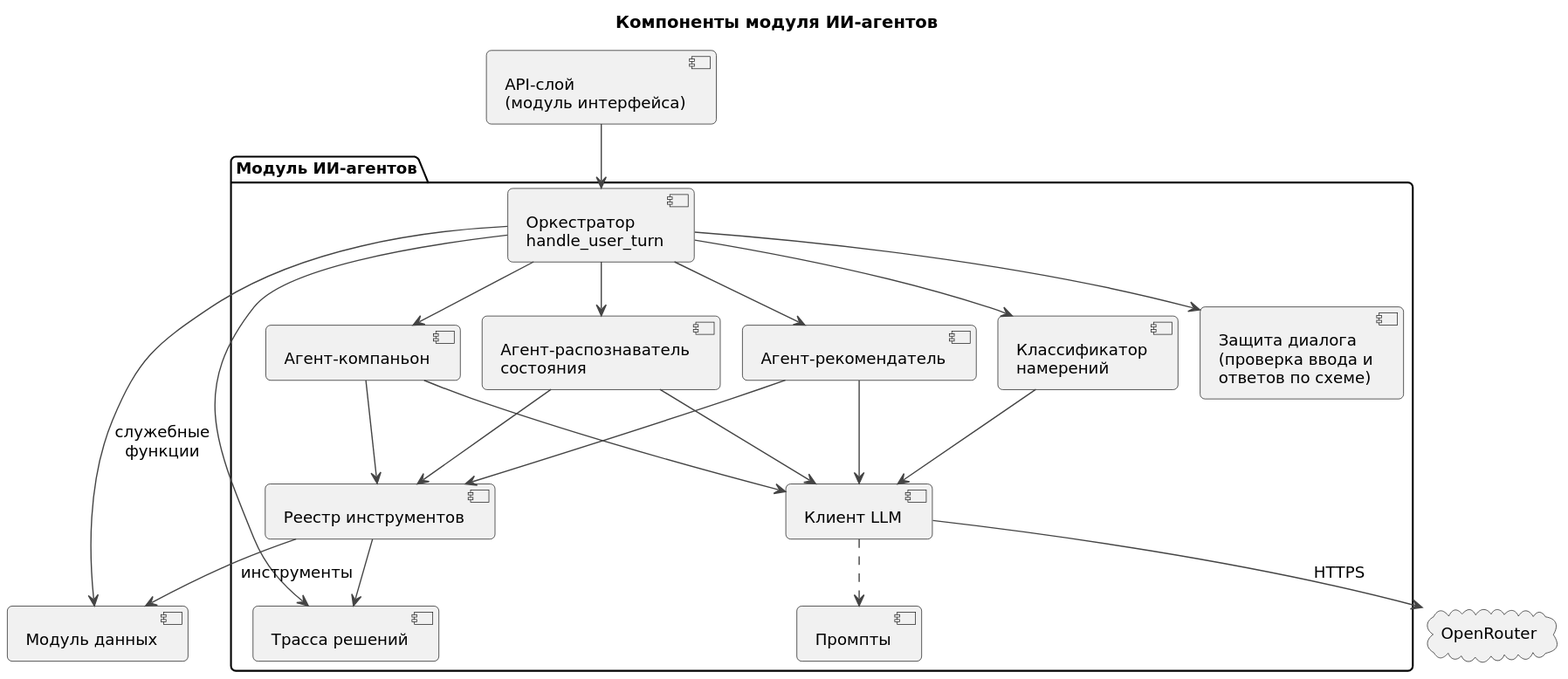
ryDIEv/CineMatch keeps this PlantUML diagram as documents/agents/diagrams/150-components.svg. Above is the earlier version.
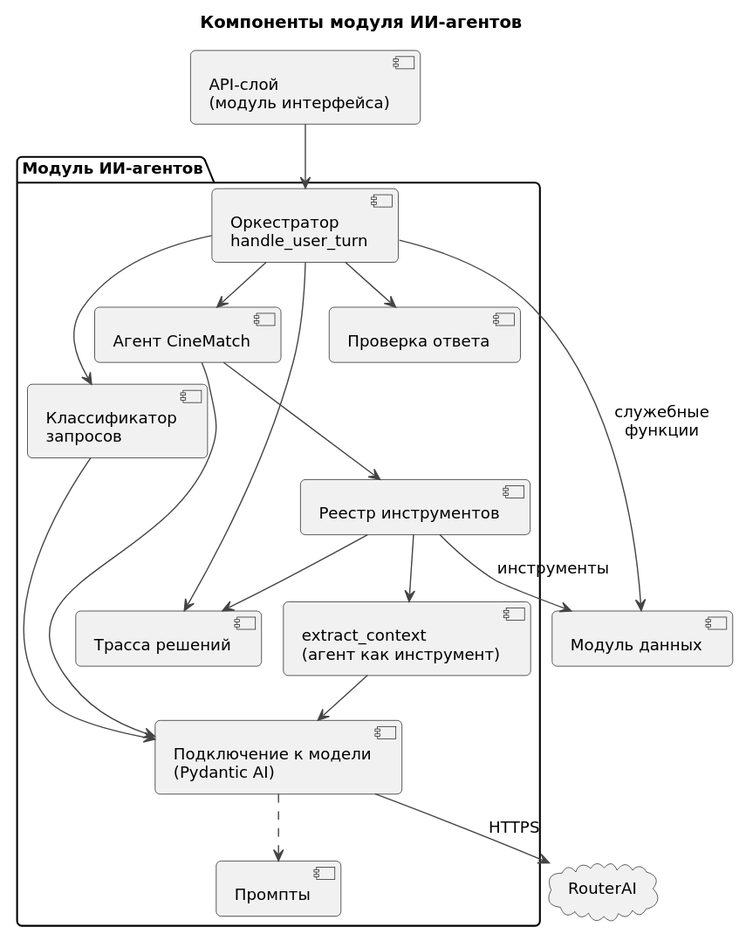
Above is the later version.

What changed in the source:
```diff
@@ -4,35 +4,30 @@
 component "API-слой\n(модуль интерфейса)" as API
 package "Модуль ИИ-агентов" {
   component "Оркестратор\nhandle_user_turn" as O
-  component "Классификатор\nнамерений" as IC
-  component "Защита диалога\n(проверка ввода и\nответов по схеме)" as G
-  component "Агент-распознаватель\nсостояния" as SA
-  component "Агент-рекомендатель" as RA
-  component "Агент-компаньон" as CA
+  component "Классификатор\nзапросов" as IC
+  component "Агент CineMatch" as A
+  component "extract_context\n(агент как инструмент)" as EC
   component "Реестр инструментов" as TR
-  component "Клиент LLM" as L
+  component "Проверка ответа" as G
+  component "Подключение к модели\n(Pydantic AI)" as L
   component "Промпты" as P
   component "Трасса решений" as TT
 }
 component "Модуль данных" as DATA
-cloud "OpenRouter" as OR
+cloud "RouterAI" as RA
 API --> O
 O --> IC
+O --> A
 O --> G
-O --> SA
-O --> RA
-O --> CA
 O --> TT
+A --> TR
+TR --> EC
+TR --> TT
 IC --> L
-SA --> L
-RA --> L
-CA --> L
-SA --> TR
-RA --> TR
-CA --> TR
-TR --> TT
+A --> L
+EC --> L
 L ..> P
-L --> OR : HTTPS
+L --> RA : HTTPS
 TR --> DATA : инструменты
 O --> DATA : служебные\nфункции
 @enduml
```
